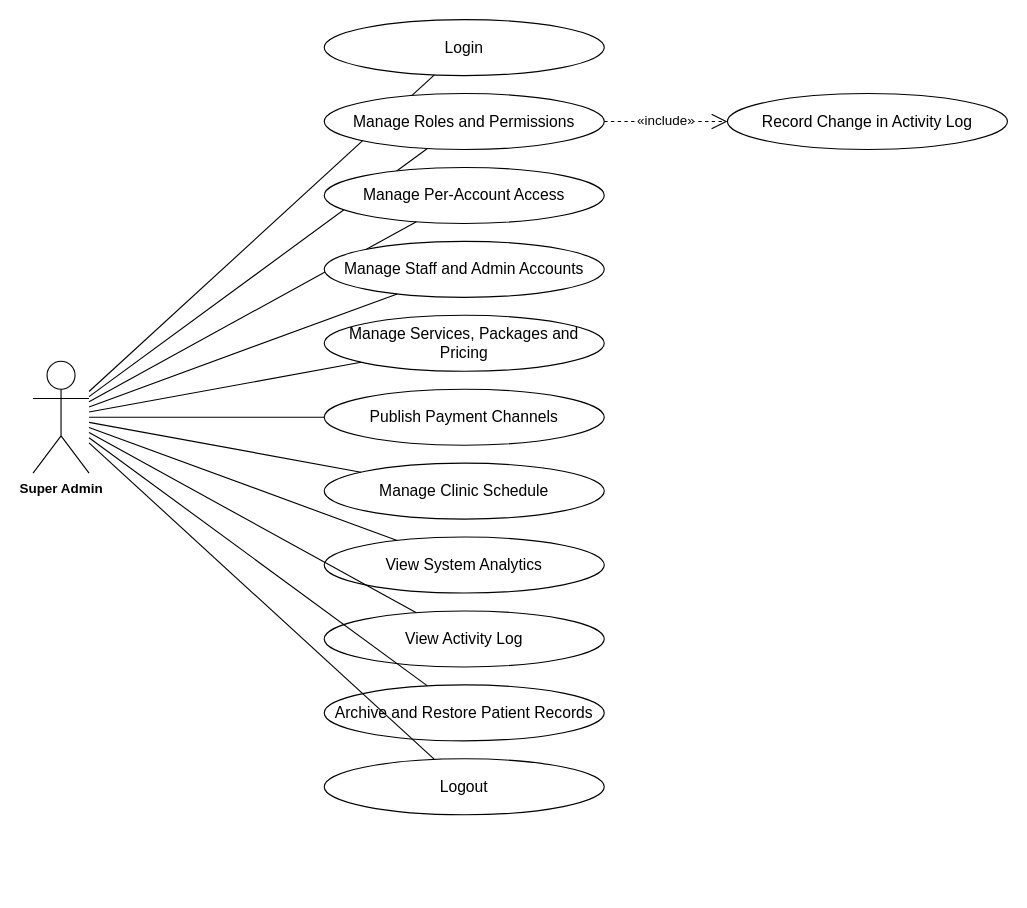
Before: page "Super Admin" (1 of 8) of docs/diagrams/usecases.drawio in Diazzzz-cpu/Enlogada-Clinic-Management-System, a draw.io diagram. Source tidied: cells renumbered, new cells numbered last; positions are measured from the earlier drawing's top-left corner, leaving out a move shared by most shapes. Both pictures are drawn from the tidied source at 112%, with x=0, y=0 at pixel (32, 19).
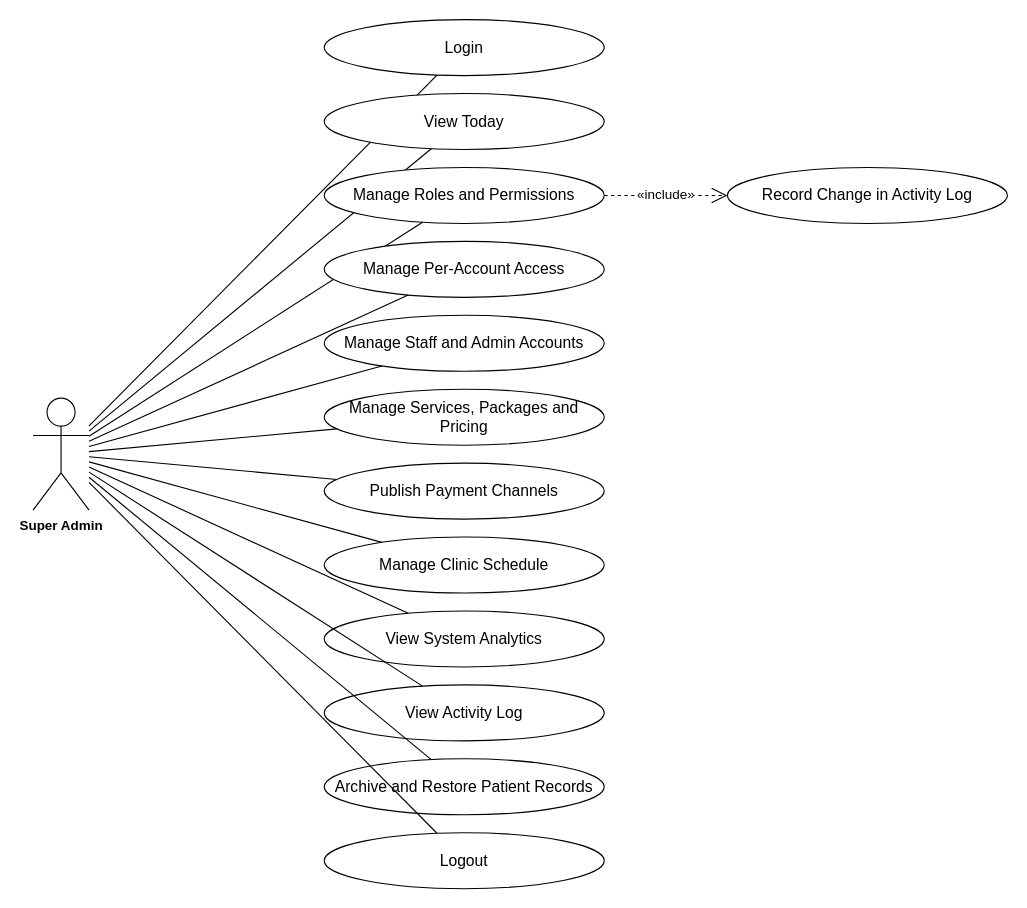
The same diagram, later.

What changed in the source:
```diff
@@
     <mxCell id="2" value="Super Admin" style="shape=umlActor;verticalLabelPosition=bottom;verticalAlign=top;html=1;outlineConnect=0;fontFamily=Helvetica;fontSize=12;fontStyle=1;" parent="1" vertex="1">
-      <mxGeometry y="305" width="50" height="100" as="geometry" />
+      <mxGeometry y="338" width="50" height="100" as="geometry" />
     </mxCell>
@@
-    <mxCell id="5" value="Manage Roles and Permissions" style="ellipse;whiteSpace=wrap;html=1;fontFamily=Helvetica;fontSize=14;fontColor=#000000;strokeColor=#000000;" parent="1" vertex="1">
+    <mxCell id="5" value="View Today" style="ellipse;whiteSpace=wrap;html=1;fontFamily=Helvetica;fontSize=14;fontColor=#000000;strokeColor=#000000;" parent="1" vertex="1">
       <mxGeometry x="260" y="66" width="250" height="50" as="geometry" />
     </mxCell>
@@
-    <mxCell id="7" value="Manage Per-Account Access" style="ellipse;whiteSpace=wrap;html=1;fontFamily=Helvetica;fontSize=14;fontColor=#000000;strokeColor=#000000;" parent="1" vertex="1">
+    <mxCell id="7" value="Manage Roles and Permissions" style="ellipse;whiteSpace=wrap;html=1;fontFamily=Helvetica;fontSize=14;fontColor=#000000;strokeColor=#000000;" parent="1" vertex="1">
       <mxGeometry x="260" y="132" width="250" height="50" as="geometry" />
     </mxCell>
@@
-    <mxCell id="9" value="Manage Staff and Admin Accounts" style="ellipse;whiteSpace=wrap;html=1;fontFamily=Helvetica;fontSize=14;fontColor=#000000;strokeColor=#000000;" parent="1" vertex="1">
+    <mxCell id="9" value="Manage Per-Account Access" style="ellipse;whiteSpace=wrap;html=1;fontFamily=Helvetica;fontSize=14;fontColor=#000000;strokeColor=#000000;" parent="1" vertex="1">
       <mxGeometry x="260" y="198" width="250" height="50" as="geometry" />
     </mxCell>
@@
-    <mxCell id="11" value="Manage Services, Packages and Pricing" style="ellipse;whiteSpace=wrap;html=1;fontFamily=Helvetica;fontSize=14;fontColor=#000000;strokeColor=#000000;" parent="1" vertex="1">
+    <mxCell id="11" value="Manage Staff and Admin Accounts" style="ellipse;whiteSpace=wrap;html=1;fontFamily=Helvetica;fontSize=14;fontColor=#000000;strokeColor=#000000;" parent="1" vertex="1">
       <mxGeometry x="260" y="264" width="250" height="50" as="geometry" />
     </mxCell>
@@
-    <mxCell id="13" value="Publish Payment Channels" style="ellipse;whiteSpace=wrap;html=1;fontFamily=Helvetica;fontSize=14;fontColor=#000000;strokeColor=#000000;" parent="1" vertex="1">
+    <mxCell id="13" value="Manage Services, Packages and Pricing" style="ellipse;whiteSpace=wrap;html=1;fontFamily=Helvetica;fontSize=14;fontColor=#000000;strokeColor=#000000;" parent="1" vertex="1">
       <mxGeometry x="260" y="330" width="250" height="50" as="geometry" />
     </mxCell>
@@
-    <mxCell id="15" value="Manage Clinic Schedule" style="ellipse;whiteSpace=wrap;html=1;fontFamily=Helvetica;fontSize=14;fontColor=#000000;strokeColor=#000000;" parent="1" vertex="1">
+    <mxCell id="15" value="Publish Payment Channels" style="ellipse;whiteSpace=wrap;html=1;fontFamily=Helvetica;fontSize=14;fontColor=#000000;strokeColor=#000000;" parent="1" vertex="1">
       <mxGeometry x="260" y="396" width="250" height="50" as="geometry" />
     </mxCell>
@@
-    <mxCell id="17" value="View System Analytics" style="ellipse;whiteSpace=wrap;html=1;fontFamily=Helvetica;fontSize=14;fontColor=#000000;strokeColor=#000000;" parent="1" vertex="1">
+    <mxCell id="17" value="Manage Clinic Schedule" style="ellipse;whiteSpace=wrap;html=1;fontFamily=Helvetica;fontSize=14;fontColor=#000000;strokeColor=#000000;" parent="1" vertex="1">
       <mxGeometry x="260" y="462" width="250" height="50" as="geometry" />
     </mxCell>
@@
-    <mxCell id="19" value="View Activity Log" style="ellipse;whiteSpace=wrap;html=1;fontFamily=Helvetica;fontSize=14;fontColor=#000000;strokeColor=#000000;" parent="1" vertex="1">
+    <mxCell id="19" value="View System Analytics" style="ellipse;whiteSpace=wrap;html=1;fontFamily=Helvetica;fontSize=14;fontColor=#000000;strokeColor=#000000;" parent="1" vertex="1">
       <mxGeometry x="260" y="528" width="250" height="50" as="geometry" />
     </mxCell>
@@
-    <mxCell id="21" value="Archive and Restore Patient Records" style="ellipse;whiteSpace=wrap;html=1;fontFamily=Helvetica;fontSize=14;fontColor=#000000;strokeColor=#000000;" parent="1" vertex="1">
+    <mxCell id="21" value="View Activity Log" style="ellipse;whiteSpace=wrap;html=1;fontFamily=Helvetica;fontSize=14;fontColor=#000000;strokeColor=#000000;" parent="1" vertex="1">
       <mxGeometry x="260" y="594" width="250" height="50" as="geometry" />
     </mxCell>
@@
-    <mxCell id="23" value="Logout" style="ellipse;whiteSpace=wrap;html=1;fontFamily=Helvetica;fontSize=14;fontColor=#000000;strokeColor=#000000;" parent="1" vertex="1">
+    <mxCell id="23" value="Archive and Restore Patient Records" style="ellipse;whiteSpace=wrap;html=1;fontFamily=Helvetica;fontSize=14;fontColor=#000000;strokeColor=#000000;" parent="1" vertex="1">
       <mxGeometry x="260" y="660" width="250" height="50" as="geometry" />
     </mxCell>
@@
-    <mxCell id="25" value="Record Change in Activity Log" style="ellipse;whiteSpace=wrap;html=1;fontFamily=Helvetica;fontSize=14;fontColor=#000000;strokeColor=#000000;" parent="1" vertex="1">
-      <mxGeometry x="620" y="66" width="250" height="50" as="geometry" />
+    <mxCell id="25" value="Logout" style="ellipse;whiteSpace=wrap;html=1;fontFamily=Helvetica;fontSize=14;fontColor=#000000;strokeColor=#000000;" parent="1" vertex="1">
+      <mxGeometry x="260" y="726" width="250" height="50" as="geometry" />
     </mxCell>
-    <mxCell id="26" value="«include»" style="endArrow=open;endSize=12;dashed=1;html=1;fontFamily=Helvetica;fontSize=12;fontColor=#000000;strokeColor=#000000;" parent="1" edge="1" source="5" target="25">
+    <mxCell id="26" style="edgeStyle=none;rounded=0;html=1;endArrow=none;fontFamily=Helvetica;fontSize=12;fontColor=#000000;strokeColor=#000000;" parent="1" edge="1" source="2" target="25">
       <mxGeometry relative="1" as="geometry" />
     </mxCell>
+    <mxCell id="27" value="Record Change in Activity Log" style="ellipse;whiteSpace=wrap;html=1;fontFamily=Helvetica;fontSize=14;fontColor=#000000;strokeColor=#000000;" parent="1" vertex="1">
+      <mxGeometry x="620" y="132" width="250" height="50" as="geometry" />
+    </mxCell>
+    <mxCell id="28" value="«include»" style="endArrow=open;endSize=12;dashed=1;html=1;fontFamily=Helvetica;fontSize=12;fontColor=#000000;strokeColor=#000000;" parent="1" edge="1" source="7" target="27">
+      <mxGeometry relative="1" as="geometry" />
+    </mxCell>
```
